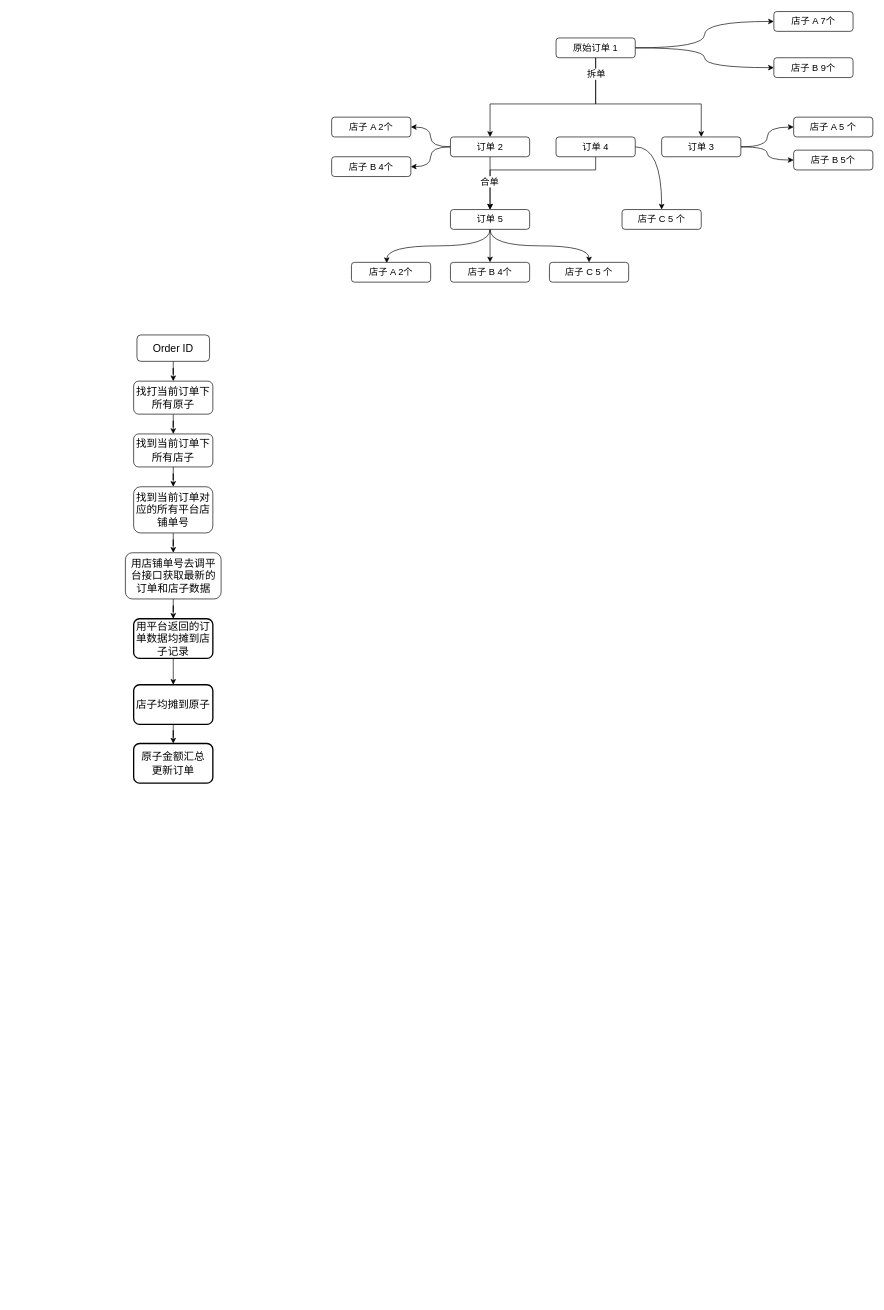
This is longpean/均摊逻辑.drawio from GitHeP/diagrams, a draw.io file, before an edit. Source tidied: cells renumbered, new cells numbered last; positions are measured from the earlier drawing's top-left corner, leaving out a move shared by most shapes. Both pictures are drawn from the tidied source at 66%, with x=0, y=0 at pixel (125, 11).
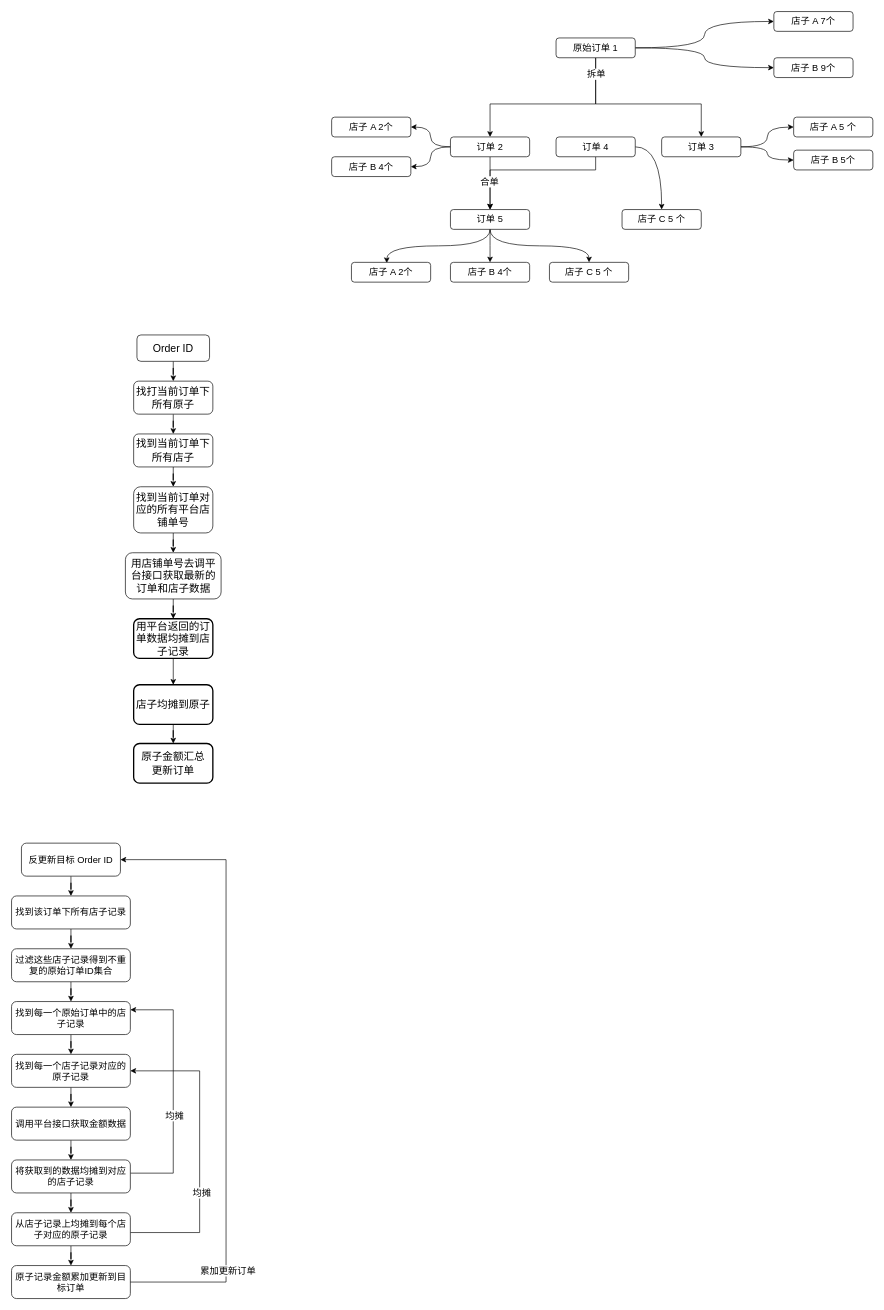
After the change.

Commit message:
更新均摊逻辑.drawio

Diff of the diagram source:
```diff
@@
+    <mxCell id="48" style="edgeStyle=orthogonalEdgeStyle;rounded=0;jettySize=auto;html=1;" parent="1" edge="1" source="49" target="51">
+      <mxGeometry relative="1" as="geometry" />
+    </mxCell>
+    <mxCell id="49" value="&lt;font style=&quot;font-size: 14px;&quot;&gt;反更新目标 Order ID&lt;/font&gt;" style="rounded=1;whiteSpace=wrap;html=1;" parent="1" vertex="1">
+      <mxGeometry x="-158" y="1260" width="150" height="50" as="geometry" />
+    </mxCell>
+    <mxCell id="50" style="edgeStyle=orthogonalEdgeStyle;rounded=0;jettySize=auto;html=1;" parent="1" edge="1" source="51" target="53">
+      <mxGeometry relative="1" as="geometry" />
+    </mxCell>
+    <mxCell id="51" value="&lt;span style=&quot;font-size: 14px;&quot;&gt;找到该订单下所有店子记录&lt;br&gt;&lt;/span&gt;" style="rounded=1;whiteSpace=wrap;html=1;" parent="1" vertex="1">
+      <mxGeometry x="-173" y="1340" width="180" height="50" as="geometry" />
+    </mxCell>
+    <mxCell id="52" style="edgeStyle=orthogonalEdgeStyle;rounded=0;jettySize=auto;html=1;" parent="1" edge="1" source="53" target="55">
+      <mxGeometry relative="1" as="geometry" />
+    </mxCell>
+    <mxCell id="53" value="&lt;span style=&quot;font-size: 14px;&quot;&gt;过滤这些店子记录得到不重复的原始订单ID集合&lt;br&gt;&lt;/span&gt;" style="rounded=1;whiteSpace=wrap;html=1;" parent="1" vertex="1">
+      <mxGeometry x="-173" y="1420" width="180" height="50" as="geometry" />
+    </mxCell>
+    <mxCell id="54" style="edgeStyle=orthogonalEdgeStyle;rounded=0;jettySize=auto;html=1;entryX=0.5;entryY=0;entryDx=0;entryDy=0;" parent="1" edge="1" source="55" target="57">
+      <mxGeometry relative="1" as="geometry" />
+    </mxCell>
+    <mxCell id="55" value="&lt;span style=&quot;font-size: 14px;&quot;&gt;找到每一个原始订单中的店子记录&lt;br&gt;&lt;/span&gt;" style="rounded=1;whiteSpace=wrap;html=1;" parent="1" vertex="1">
+      <mxGeometry x="-173" y="1500" width="180" height="50" as="geometry" />
+    </mxCell>
+    <mxCell id="56" style="edgeStyle=orthogonalEdgeStyle;rounded=0;jettySize=auto;html=1;" parent="1" edge="1" source="57" target="59">
+      <mxGeometry relative="1" as="geometry" />
+    </mxCell>
+    <mxCell id="57" value="&lt;span style=&quot;font-size: 14px;&quot;&gt;找到每一个店子记录对应的原子记录&lt;br&gt;&lt;/span&gt;" style="rounded=1;whiteSpace=wrap;html=1;" parent="1" vertex="1">
+      <mxGeometry x="-173" y="1580" width="180" height="50" as="geometry" />
+    </mxCell>
+    <mxCell id="58" style="edgeStyle=orthogonalEdgeStyle;rounded=0;jettySize=auto;html=1;" parent="1" edge="1" source="59" target="63">
+      <mxGeometry relative="1" as="geometry" />
+    </mxCell>
+    <mxCell id="59" value="&lt;span style=&quot;font-size: 14px;&quot;&gt;调用平台接口获取金额数据&lt;br&gt;&lt;/span&gt;" style="rounded=1;whiteSpace=wrap;html=1;" parent="1" vertex="1">
+      <mxGeometry x="-173" y="1660" width="180" height="50" as="geometry" />
+    </mxCell>
+    <mxCell id="60" style="edgeStyle=orthogonalEdgeStyle;rounded=0;jettySize=auto;html=1;entryX=1;entryY=0.25;entryDx=0;entryDy=0;" parent="1" edge="1" source="63" target="55">
+      <mxGeometry relative="1" as="geometry">
+        <Array as="points">
+          <mxPoint x="72" y="1760" />
+          <mxPoint x="72" y="1513" />
+        </Array>
+      </mxGeometry>
+    </mxCell>
+    <mxCell id="61" value="&lt;font style=&quot;font-size: 14px;&quot;&gt;均摊&lt;/font&gt;" style="edgeLabel;html=1;align=center;verticalAlign=middle;" parent="60" vertex="1">
+      <mxGeometry x="-0.19" y="-1" relative="1" as="geometry" />
+    </mxCell>
+    <mxCell id="62" style="edgeStyle=orthogonalEdgeStyle;rounded=0;jettySize=auto;html=1;" parent="1" edge="1" source="63" target="67">
+      <mxGeometry relative="1" as="geometry" />
+    </mxCell>
+    <mxCell id="63" value="&lt;span style=&quot;font-size: 14px;&quot;&gt;将获取到的数据均摊到对应的店子记录&lt;br&gt;&lt;/span&gt;" style="rounded=1;whiteSpace=wrap;html=1;" parent="1" vertex="1">
+      <mxGeometry x="-173" y="1740" width="180" height="50" as="geometry" />
+    </mxCell>
+    <mxCell id="64" style="edgeStyle=orthogonalEdgeStyle;rounded=0;jettySize=auto;html=1;entryX=1;entryY=0.5;entryDx=0;entryDy=0;" parent="1" edge="1" source="67" target="57">
+      <mxGeometry relative="1" as="geometry">
+        <Array as="points">
+          <mxPoint x="112" y="1850" />
+          <mxPoint x="112" y="1605" />
+        </Array>
+      </mxGeometry>
+    </mxCell>
+    <mxCell id="65" value="&lt;font style=&quot;font-size: 14px;&quot;&gt;均摊&lt;/font&gt;" style="edgeLabel;html=1;align=center;verticalAlign=middle;" parent="64" vertex="1">
+      <mxGeometry x="-0.27" y="-2" relative="1" as="geometry" />
+    </mxCell>
+    <mxCell id="66" style="edgeStyle=orthogonalEdgeStyle;rounded=0;jettySize=auto;html=1;" parent="1" edge="1" source="67" target="70">
+      <mxGeometry relative="1" as="geometry" />
+    </mxCell>
+    <mxCell id="67" value="&lt;span style=&quot;font-size: 14px;&quot;&gt;从店子记录上均摊到每个店子对应的原子记录&lt;br&gt;&lt;/span&gt;" style="rounded=1;whiteSpace=wrap;html=1;" parent="1" vertex="1">
+      <mxGeometry x="-173" y="1820" width="180" height="50" as="geometry" />
+    </mxCell>
+    <mxCell id="68" style="edgeStyle=orthogonalEdgeStyle;rounded=0;jettySize=auto;html=1;entryX=1;entryY=0.5;entryDx=0;entryDy=0;" parent="1" edge="1" target="49">
+      <mxGeometry relative="1" as="geometry">
+        <mxPoint x="-63" y="1925" as="sourcePoint" />
+        <Array as="points">
+          <mxPoint x="152" y="1925" />
+          <mxPoint x="152" y="1285" />
+        </Array>
+      </mxGeometry>
+    </mxCell>
+    <mxCell id="69" value="&lt;font style=&quot;font-size: 14px;&quot;&gt;累加更新订单&lt;/font&gt;" style="edgeLabel;html=1;align=center;verticalAlign=middle;" parent="68" vertex="1">
+      <mxGeometry x="-0.54" y="-2" relative="1" as="geometry" />
+    </mxCell>
+    <mxCell id="70" value="&lt;span style=&quot;font-size: 14px;&quot;&gt;原子记录金额累加更新到目标订单&lt;br&gt;&lt;/span&gt;" style="rounded=1;whiteSpace=wrap;html=1;" parent="1" vertex="1">
+      <mxGeometry x="-173" y="1900" width="180" height="50" as="geometry" />
+    </mxCell>
```
